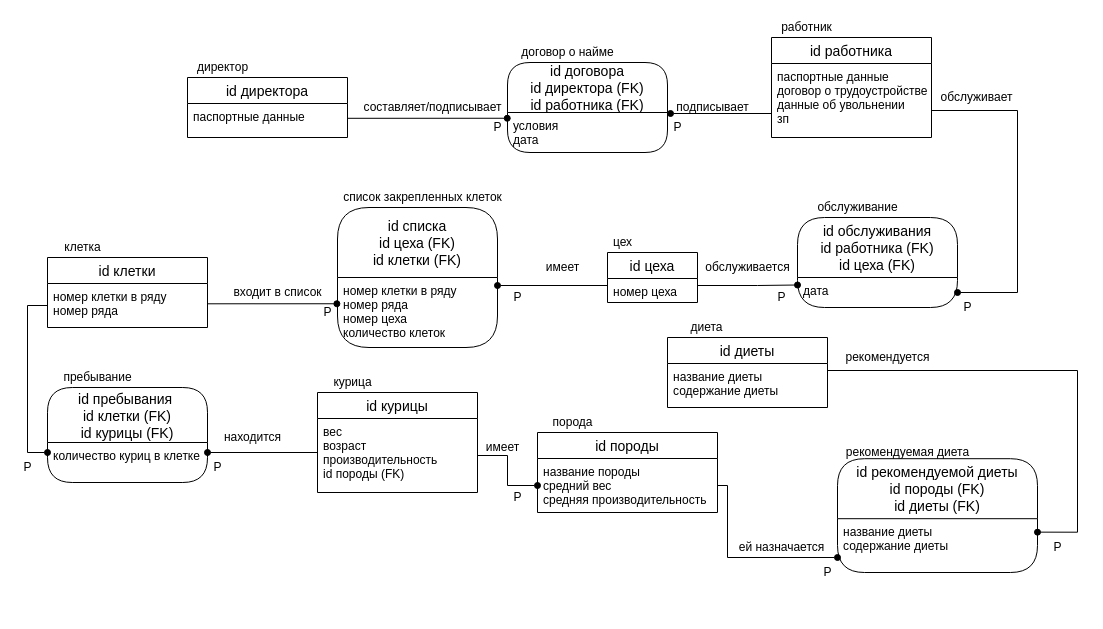
TonikX/ITMO_FSPO_DataBases_2020-2021 keeps this draw.io diagram as students/y2337/Kishinskaya_Zoya/Lr2/IDEF1x.drawio. Above is the earlier version. Source tidied: cells renumbered, new cells numbered last; positions are measured from the earlier drawing's top-left corner, leaving out a move shared by most shapes. Both pictures are drawn from the tidied source at 100%, with x=0, y=0 at pixel (17, 17).
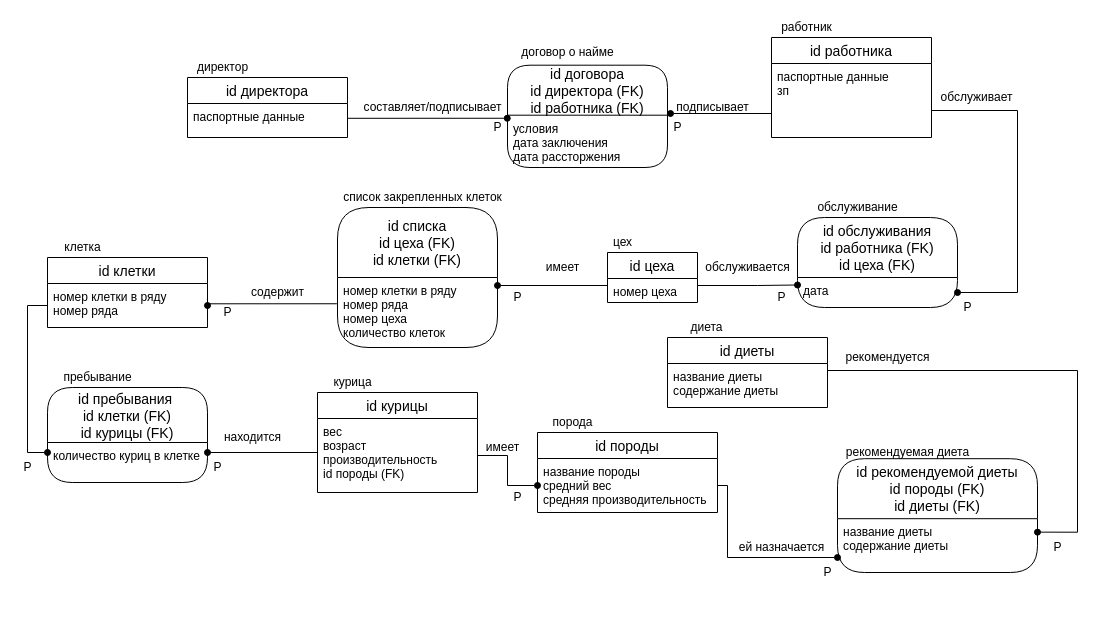
The same diagram, later.

The change refers to these unchanged cells:
```xml
<mxCell id="3" value="id работника" style="swimlane;fontStyle=0;horizontal=1;startSize=26;align=center;fontSize=14;" parent="2" vertex="1">
  <mxGeometry y="20" width="160" height="100" as="geometry" />
</mxCell>
<mxCell id="12" value="номер клетки в ряду&#10;номер ряда&#10;" style="text;strokeColor=none;fillColor=none;spacingLeft=4;spacingRight=4;overflow=hidden;points=[[0,0.5],[1,0.5]];portConstraint=eastwest;fontSize=12;" parent="11" vertex="1">
  <mxGeometry y="26" width="160" height="44" as="geometry" />
</mxCell>
<mxCell id="39" value="номер клетки в ряду&#10;номер ряда&#10;номер цеха&#10;количество клеток" style="align=left;strokeColor=none;fillColor=none;spacingLeft=4;fontSize=12;verticalAlign=top;" parent="38" vertex="1">
  <mxGeometry y="70" width="160" height="70" as="geometry" />
</mxCell>
```

Change to the diagram source:
```diff
@@
-    <mxCell id="4" value="паспортные данные&#10;договор о трудоустройстве&#10;данные об увольнении &#10;зп&#10;" style="text;strokeColor=none;fillColor=none;spacingLeft=4;spacingRight=4;overflow=hidden;points=[[0,0.5],[1,0.5]];portConstraint=eastwest;fontSize=12;" parent="3" vertex="1">
+    <mxCell id="4" value="паспортные данные &#10;зп&#10;" style="text;strokeColor=none;fillColor=none;spacingLeft=4;spacingRight=4;overflow=hidden;points=[[0,0.5],[1,0.5]];portConstraint=eastwest;fontSize=12;" parent="3" vertex="1">
       <mxGeometry y="26" width="160" height="74" as="geometry" />
     </mxCell>
@@
     <mxCell id="16" value="Р" style="text;html=1;align=center;verticalAlign=middle;" parent="1" vertex="1">
-      <mxGeometry x="300" y="285" width="20" height="20" as="geometry" />
+      <mxGeometry x="200" y="285" width="20" height="20" as="geometry" />
     </mxCell>
@@
-    <mxCell id="25" value="входит в список" style="text;html=1;align=center;verticalAlign=middle;" parent="1" vertex="1">
-      <mxGeometry x="210" y="265" width="100" height="20" as="geometry" />
+    <mxCell id="25" value="содержит" style="text;html=1;align=center;verticalAlign=middle;" parent="1" vertex="1">
+      <mxGeometry x="225" y="265" width="70" height="20" as="geometry" />
     </mxCell>
@@
     <mxCell id="41" style="group;" parent="1" vertex="1">
-      <mxGeometry x="490" y="25" width="160" height="110" as="geometry" />
+      <mxGeometry x="490" y="25" width="160" height="125" as="geometry" />
     </mxCell>
     <mxCell id="42" value="id договора&#10;id директора (FK)&#10;id работника (FK)" style="swimlane;horizontal=1;startSize=50;rounded=1;fontSize=14;fontStyle=0;strokeWidth=1;shadow=0;dashed=0;align=center;" parent="41" vertex="1">
-      <mxGeometry y="20" width="160" height="90" as="geometry" />
+      <mxGeometry y="22.7" width="160" height="102.3" as="geometry" />
     </mxCell>
-    <mxCell id="43" value="условия&#10;дата" style="align=left;strokeColor=none;fillColor=none;spacingLeft=4;fontSize=12;verticalAlign=top;" parent="42" vertex="1">
-      <mxGeometry y="50" width="160" height="40" as="geometry" />
+    <mxCell id="43" value="условия&#10;дата заключения&#10;дата рассторжения" style="align=left;strokeColor=none;fillColor=none;spacingLeft=4;fontSize=12;verticalAlign=top;" parent="42" vertex="1">
+      <mxGeometry y="50" width="160" height="52.3" as="geometry" />
     </mxCell>
@@
-    <mxCell id="57" style="edgeStyle=orthogonalEdgeStyle;rounded=0;jettySize=auto;html=1;endArrow=oval;endFill=1;entryX=-0.004;entryY=0.375;entryDx=0;entryDy=0;entryPerimeter=0;exitX=1;exitY=0.5;exitDx=0;exitDy=0;" parent="1" edge="1" source="12" target="39">
+    <mxCell id="57" style="edgeStyle=orthogonalEdgeStyle;rounded=0;jettySize=auto;html=1;endArrow=none;endFill=0;entryX=-0.004;entryY=0.375;entryDx=0;entryDy=0;entryPerimeter=0;exitX=1;exitY=0.5;exitDx=0;exitDy=0;startArrow=oval;startFill=1;" parent="1" edge="1" source="12" target="39">
       <mxGeometry relative="1" as="geometry">
         <Array as="points">
           <mxPoint x="190" y="286" />
         </Array>
       </mxGeometry>
     </mxCell>
```
